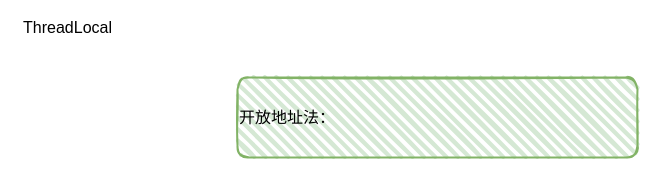
Above: 面试/ThreadLocal.drawio in lunfee/diagrams.io (draw.io), before the change. Source tidied: cells renumbered, new cells numbered last; positions are measured from the earlier drawing's top-left corner, leaving out a move shared by most shapes. Both pictures are drawn from the tidied source at 100%, with x=0, y=0 at pixel (17, 17).
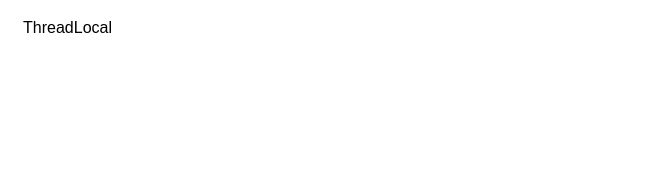
After the change.

What changed in the source:
```diff
@@
 <mxGraphModel>
   <root>
     <mxCell id="0" />
     <mxCell id="1" parent="0" />
     <mxCell id="2" value="&lt;font style=&quot;font-size: 16px&quot;&gt;ThreadLocal&lt;br&gt;&lt;/font&gt;" style="text;html=1;align=center;verticalAlign=middle;strokeColor=none;fillColor=none;" parent="1" vertex="1">
       <mxGeometry width="100" height="20" as="geometry" />
     </mxCell>
-    <mxCell id="3" value="开放地址法：" style="rounded=1;whiteSpace=wrap;html=1;strokeWidth=2;fillWeight=4;hachureGap=8;hachureAngle=45;fillColor=#d5e8d4;sketch=1;fontSize=16;strokeColor=#82b366;align=left;" parent="1" vertex="1">
-      <mxGeometry x="220" y="60" width="400" height="80" as="geometry" />
-    </mxCell>
   </root>
 </mxGraphModel>
```
